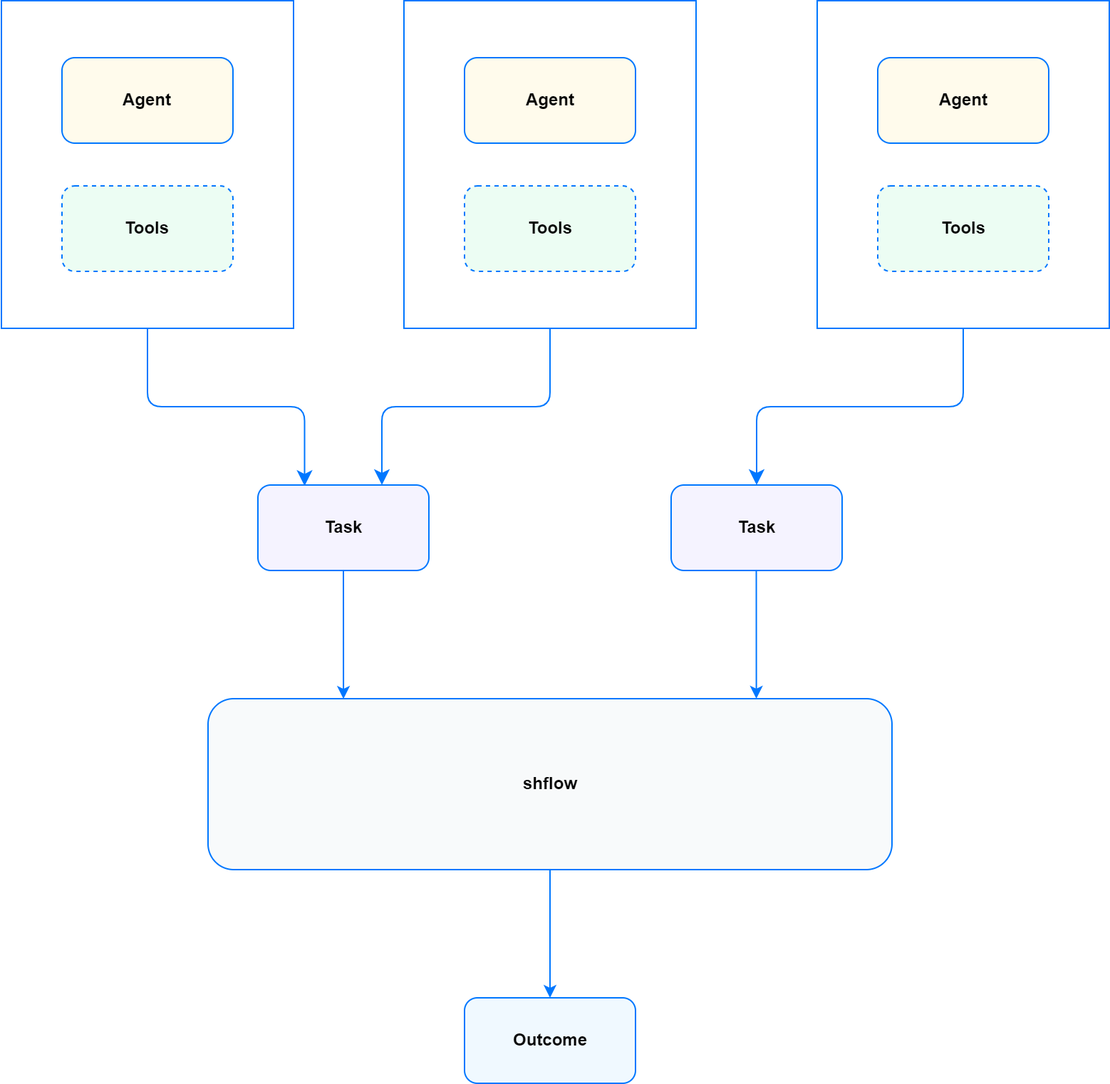
Before: arch.png, a diagram exported from draw.io (ai-flowx/flowx). Source tidied: cells renumbered, new cells last; positions are measured from the earlier drawing's top-left corner, leaving out a move shared by most shapes. The source it was exported from:
```xml
<mxGraphModel>
  <root>
    <mxCell id="0" />
    <mxCell id="1" parent="0" />
    <mxCell id="2" style="rounded=0;whiteSpace=wrap;html=1;strokeColor=#0077FF;fillColor=none;" parent="1" vertex="1">
      <mxGeometry x="-0.5" width="205" height="230" as="geometry" />
    </mxCell>
    <mxCell id="3" value="&lt;b&gt;Tools&lt;/b&gt;" style="rounded=1;whiteSpace=wrap;html=1;fillColor=#ecfdf3;dashed=1;strokeColor=#0077FF;" parent="1" vertex="1">
      <mxGeometry x="42" y="130" width="120" height="60" as="geometry" />
    </mxCell>
    <mxCell id="4" value="&lt;b&gt;Task&lt;/b&gt;" style="rounded=1;whiteSpace=wrap;html=1;fillColor=#f5f3ff;strokeColor=#0077FF;" parent="1" vertex="1">
      <mxGeometry x="179.5" y="340" width="120" height="60" as="geometry" />
    </mxCell>
    <mxCell id="5" value="&lt;b&gt;Agent&lt;/b&gt;" style="rounded=1;whiteSpace=wrap;html=1;fillColor=#fffbec;strokeColor=#0077FF;" parent="1" vertex="1">
      <mxGeometry x="42" y="40" width="120" height="60" as="geometry" />
    </mxCell>
    <mxCell id="6" value="&lt;b&gt;Outcome&lt;/b&gt;" style="rounded=1;whiteSpace=wrap;html=1;fillColor=#f0f9ff;strokeColor=#0077FF;" parent="1" vertex="1">
      <mxGeometry x="324.5" y="700" width="120" height="60" as="geometry" />
    </mxCell>
    <mxCell id="7" value="&lt;b&gt;shflow&lt;/b&gt;" style="rounded=1;whiteSpace=wrap;html=1;fillColor=#f8fafb;strokeColor=#0077FF;" parent="1" vertex="1">
      <mxGeometry x="144.5" y="490" width="480" height="120" as="geometry" />
    </mxCell>
    <mxCell id="8" value="&lt;b&gt;Task&lt;/b&gt;" style="rounded=1;whiteSpace=wrap;html=1;fillColor=#f5f3ff;strokeColor=#0077FF;" parent="1" vertex="1">
      <mxGeometry x="469.5" y="340" width="120" height="60" as="geometry" />
    </mxCell>
    <mxCell id="9" style="rounded=0;whiteSpace=wrap;html=1;strokeColor=#0077FF;fillColor=none;" parent="1" vertex="1">
      <mxGeometry x="282" width="205" height="230" as="geometry" />
    </mxCell>
    <mxCell id="10" value="&lt;b&gt;Tools&lt;/b&gt;" style="rounded=1;whiteSpace=wrap;html=1;fillColor=#ecfdf3;dashed=1;strokeColor=#0077FF;" parent="1" vertex="1">
      <mxGeometry x="324.5" y="130" width="120" height="60" as="geometry" />
    </mxCell>
    <mxCell id="11" value="&lt;b&gt;Agent&lt;/b&gt;" style="rounded=1;whiteSpace=wrap;html=1;fillColor=#fffbec;strokeColor=#0077FF;" parent="1" vertex="1">
      <mxGeometry x="324.5" y="40" width="120" height="60" as="geometry" />
    </mxCell>
    <mxCell id="12" style="rounded=0;whiteSpace=wrap;html=1;strokeColor=#0077FF;fillColor=none;" parent="1" vertex="1">
      <mxGeometry x="572" width="205" height="230" as="geometry" />
    </mxCell>
    <mxCell id="13" value="&lt;b&gt;Tools&lt;/b&gt;" style="rounded=1;whiteSpace=wrap;html=1;fillColor=#ecfdf3;dashed=1;strokeColor=#0077FF;" parent="1" vertex="1">
      <mxGeometry x="614.5" y="130" width="120" height="60" as="geometry" />
    </mxCell>
    <mxCell id="14" value="&lt;b&gt;Agent&lt;/b&gt;" style="rounded=1;whiteSpace=wrap;html=1;fillColor=#fffbec;strokeColor=#0077FF;" parent="1" vertex="1">
      <mxGeometry x="614.5" y="40" width="120" height="60" as="geometry" />
    </mxCell>
    <mxCell id="15" style="edgeStyle=elbowEdgeStyle;elbow=vertical;endArrow=classic;html=1;rounded=1;endSize=8;startSize=8;exitX=0.5;exitY=1;exitDx=0;exitDy=0;entryX=0.725;entryY=-0.001;entryDx=0;entryDy=0;strokeColor=#0077FF;entryPerimeter=0;" parent="1" edge="1" source="9" target="4">
      <mxGeometry relative="1" as="geometry" />
    </mxCell>
    <mxCell id="16" style="edgeStyle=elbowEdgeStyle;elbow=vertical;endArrow=classic;html=1;rounded=1;endSize=8;startSize=8;exitX=0.5;exitY=1;exitDx=0;exitDy=0;entryX=0.5;entryY=0;entryDx=0;entryDy=0;strokeColor=#0077FF;" parent="1" edge="1" source="12" target="8">
      <mxGeometry relative="1" as="geometry" />
    </mxCell>
    <mxCell id="17" style="endArrow=classic;html=1;rounded=1;strokeColor=#0077FF;exitX=0.5;exitY=1;exitDx=0;exitDy=0;entryX=0.198;entryY=0.001;entryDx=0;entryDy=0;entryPerimeter=0;" parent="1" edge="1" source="4" target="7">
      <mxGeometry relative="1" as="geometry" />
    </mxCell>
    <mxCell id="18" style="endArrow=classic;html=1;rounded=1;strokeColor=#0077FF;exitX=0.5;exitY=1;exitDx=0;exitDy=0;entryX=0.198;entryY=0.001;entryDx=0;entryDy=0;entryPerimeter=0;" parent="1" edge="1">
      <mxGeometry relative="1" as="geometry">
        <mxPoint x="529.3" y="399.9" as="sourcePoint" />
        <mxPoint x="529.3" y="490" as="targetPoint" />
      </mxGeometry>
    </mxCell>
    <mxCell id="19" style="endArrow=classic;html=1;rounded=1;strokeColor=#0077FF;exitX=0.5;exitY=1;exitDx=0;exitDy=0;entryX=0.5;entryY=0;entryDx=0;entryDy=0;" parent="1" edge="1" source="7" target="6">
      <mxGeometry relative="1" as="geometry" />
    </mxCell>
    <mxCell id="20" style="edgeStyle=elbowEdgeStyle;elbow=vertical;endArrow=classic;html=1;rounded=1;endSize=8;startSize=8;exitX=0.5;exitY=1;exitDx=0;exitDy=0;entryX=0.273;entryY=0.011;entryDx=0;entryDy=0;strokeColor=#0077FF;entryPerimeter=0;" parent="1" edge="1" source="2" target="4">
      <mxGeometry relative="1" as="geometry" />
    </mxCell>
  </root>
</mxGraphModel>
```
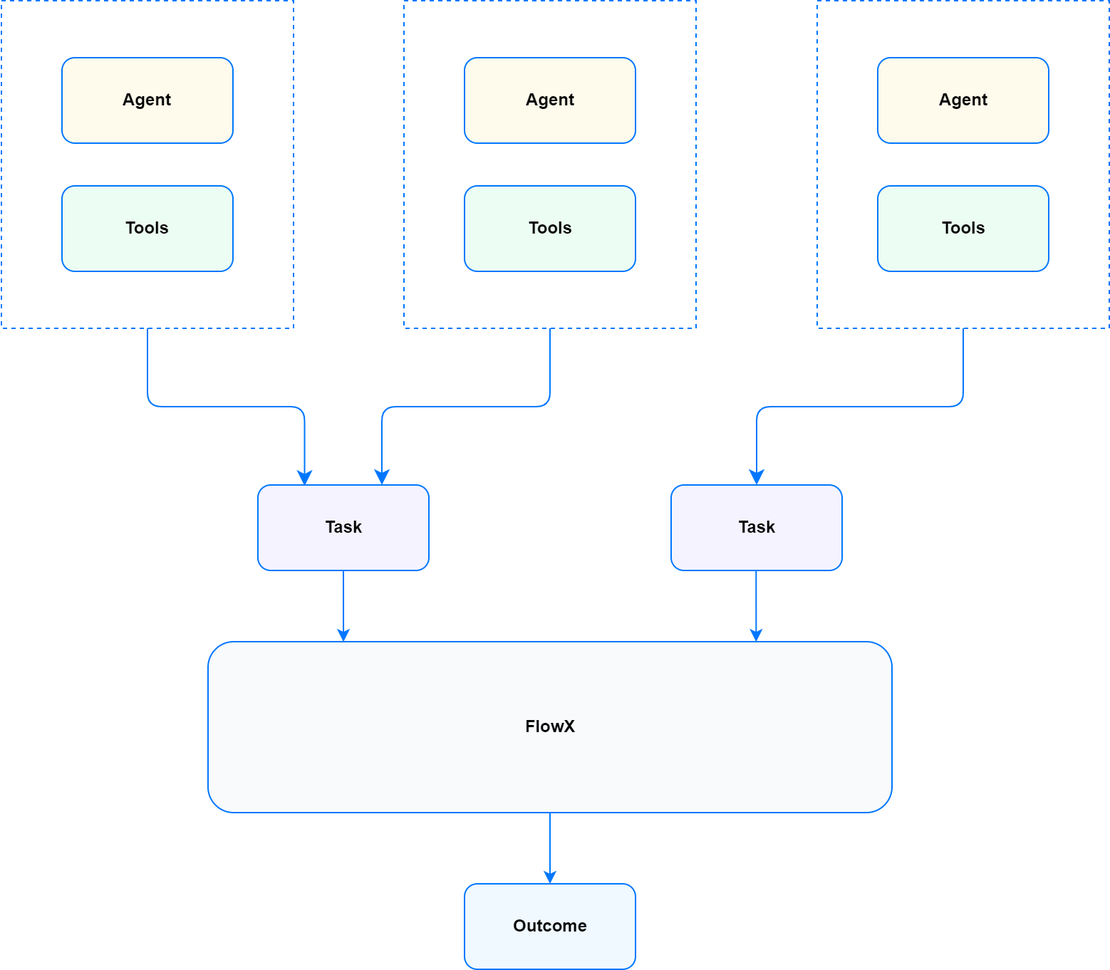
Above is the later version.

The edit, as a diff of the source:
```diff
@@ -2,10 +2,10 @@
   <root>
     <mxCell id="0" />
     <mxCell id="1" parent="0" />
-    <mxCell id="2" style="rounded=0;whiteSpace=wrap;html=1;strokeColor=#0077FF;fillColor=none;" parent="1" vertex="1">
+    <mxCell id="2" style="rounded=0;whiteSpace=wrap;html=1;strokeColor=#0077FF;fillColor=none;dashed=1;" parent="1" vertex="1">
       <mxGeometry x="-0.5" width="205" height="230" as="geometry" />
     </mxCell>
-    <mxCell id="3" value="&lt;b&gt;Tools&lt;/b&gt;" style="rounded=1;whiteSpace=wrap;html=1;fillColor=#ecfdf3;dashed=1;strokeColor=#0077FF;" parent="1" vertex="1">
+    <mxCell id="3" value="&lt;b&gt;Tools&lt;/b&gt;" style="rounded=1;whiteSpace=wrap;html=1;fillColor=#ecfdf3;strokeColor=#0077FF;" parent="1" vertex="1">
       <mxGeometry x="42" y="130" width="120" height="60" as="geometry" />
     </mxCell>
     <mxCell id="4" value="&lt;b&gt;Task&lt;/b&gt;" style="rounded=1;whiteSpace=wrap;html=1;fillColor=#f5f3ff;strokeColor=#0077FF;" parent="1" vertex="1">
@@ -15,27 +15,27 @@
       <mxGeometry x="42" y="40" width="120" height="60" as="geometry" />
     </mxCell>
     <mxCell id="6" value="&lt;b&gt;Outcome&lt;/b&gt;" style="rounded=1;whiteSpace=wrap;html=1;fillColor=#f0f9ff;strokeColor=#0077FF;" parent="1" vertex="1">
-      <mxGeometry x="324.5" y="700" width="120" height="60" as="geometry" />
+      <mxGeometry x="324.5" y="620" width="120" height="60" as="geometry" />
     </mxCell>
-    <mxCell id="7" value="&lt;b&gt;shflow&lt;/b&gt;" style="rounded=1;whiteSpace=wrap;html=1;fillColor=#f8fafb;strokeColor=#0077FF;" parent="1" vertex="1">
-      <mxGeometry x="144.5" y="490" width="480" height="120" as="geometry" />
+    <mxCell id="7" value="&lt;b&gt;FlowX&lt;/b&gt;" style="rounded=1;whiteSpace=wrap;html=1;fillColor=#f8fafb;strokeColor=#0077FF;" parent="1" vertex="1">
+      <mxGeometry x="144.5" y="450" width="480" height="120" as="geometry" />
     </mxCell>
     <mxCell id="8" value="&lt;b&gt;Task&lt;/b&gt;" style="rounded=1;whiteSpace=wrap;html=1;fillColor=#f5f3ff;strokeColor=#0077FF;" parent="1" vertex="1">
       <mxGeometry x="469.5" y="340" width="120" height="60" as="geometry" />
     </mxCell>
-    <mxCell id="9" style="rounded=0;whiteSpace=wrap;html=1;strokeColor=#0077FF;fillColor=none;" parent="1" vertex="1">
+    <mxCell id="9" style="rounded=0;whiteSpace=wrap;html=1;strokeColor=#0077FF;fillColor=none;dashed=1;" parent="1" vertex="1">
       <mxGeometry x="282" width="205" height="230" as="geometry" />
     </mxCell>
-    <mxCell id="10" value="&lt;b&gt;Tools&lt;/b&gt;" style="rounded=1;whiteSpace=wrap;html=1;fillColor=#ecfdf3;dashed=1;strokeColor=#0077FF;" parent="1" vertex="1">
+    <mxCell id="10" value="&lt;b&gt;Tools&lt;/b&gt;" style="rounded=1;whiteSpace=wrap;html=1;fillColor=#ecfdf3;strokeColor=#0077FF;" parent="1" vertex="1">
       <mxGeometry x="324.5" y="130" width="120" height="60" as="geometry" />
     </mxCell>
     <mxCell id="11" value="&lt;b&gt;Agent&lt;/b&gt;" style="rounded=1;whiteSpace=wrap;html=1;fillColor=#fffbec;strokeColor=#0077FF;" parent="1" vertex="1">
       <mxGeometry x="324.5" y="40" width="120" height="60" as="geometry" />
     </mxCell>
-    <mxCell id="12" style="rounded=0;whiteSpace=wrap;html=1;strokeColor=#0077FF;fillColor=none;" parent="1" vertex="1">
+    <mxCell id="12" style="rounded=0;whiteSpace=wrap;html=1;strokeColor=#0077FF;fillColor=none;dashed=1;" parent="1" vertex="1">
       <mxGeometry x="572" width="205" height="230" as="geometry" />
     </mxCell>
-    <mxCell id="13" value="&lt;b&gt;Tools&lt;/b&gt;" style="rounded=1;whiteSpace=wrap;html=1;fillColor=#ecfdf3;dashed=1;strokeColor=#0077FF;" parent="1" vertex="1">
+    <mxCell id="13" value="&lt;b&gt;Tools&lt;/b&gt;" style="rounded=1;whiteSpace=wrap;html=1;fillColor=#ecfdf3;strokeColor=#0077FF;" parent="1" vertex="1">
       <mxGeometry x="614.5" y="130" width="120" height="60" as="geometry" />
     </mxCell>
     <mxCell id="14" value="&lt;b&gt;Agent&lt;/b&gt;" style="rounded=1;whiteSpace=wrap;html=1;fillColor=#fffbec;strokeColor=#0077FF;" parent="1" vertex="1">
@@ -50,17 +50,17 @@
     <mxCell id="17" style="endArrow=classic;html=1;rounded=1;strokeColor=#0077FF;exitX=0.5;exitY=1;exitDx=0;exitDy=0;entryX=0.198;entryY=0.001;entryDx=0;entryDy=0;entryPerimeter=0;" parent="1" edge="1" source="4" target="7">
       <mxGeometry relative="1" as="geometry" />
     </mxCell>
-    <mxCell id="18" style="endArrow=classic;html=1;rounded=1;strokeColor=#0077FF;exitX=0.5;exitY=1;exitDx=0;exitDy=0;entryX=0.198;entryY=0.001;entryDx=0;entryDy=0;entryPerimeter=0;" parent="1" edge="1">
-      <mxGeometry relative="1" as="geometry">
-        <mxPoint x="529.3" y="399.9" as="sourcePoint" />
-        <mxPoint x="529.3" y="490" as="targetPoint" />
-      </mxGeometry>
-    </mxCell>
     <mxCell id="19" style="endArrow=classic;html=1;rounded=1;strokeColor=#0077FF;exitX=0.5;exitY=1;exitDx=0;exitDy=0;entryX=0.5;entryY=0;entryDx=0;entryDy=0;" parent="1" edge="1" source="7" target="6">
       <mxGeometry relative="1" as="geometry" />
     </mxCell>
     <mxCell id="20" style="edgeStyle=elbowEdgeStyle;elbow=vertical;endArrow=classic;html=1;rounded=1;endSize=8;startSize=8;exitX=0.5;exitY=1;exitDx=0;exitDy=0;entryX=0.273;entryY=0.011;entryDx=0;entryDy=0;strokeColor=#0077FF;entryPerimeter=0;" parent="1" edge="1" source="2" target="4">
       <mxGeometry relative="1" as="geometry" />
     </mxCell>
+    <mxCell id="21" style="endArrow=classic;html=1;rounded=1;strokeColor=#0077FF;exitX=0.5;exitY=1;exitDx=0;exitDy=0;entryX=0.198;entryY=0.001;entryDx=0;entryDy=0;entryPerimeter=0;" parent="1" edge="1">
+      <mxGeometry relative="1" as="geometry">
+        <mxPoint x="529.1" y="400" as="sourcePoint" />
+        <mxPoint x="529.2" y="450.1" as="targetPoint" />
+      </mxGeometry>
+    </mxCell>
   </root>
 </mxGraphModel>
```
